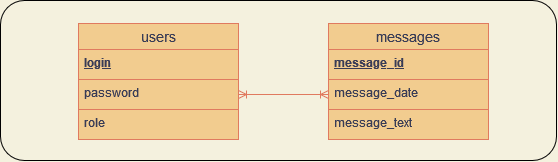
Above: writer-reader-db.drawio.png in RazumeetsyaDanila/writer-reader-app (draw.io), before the change. Source tidied: cells renumbered, new cells last; positions are measured from the earlier drawing's top-left corner, leaving out a move shared by most shapes.
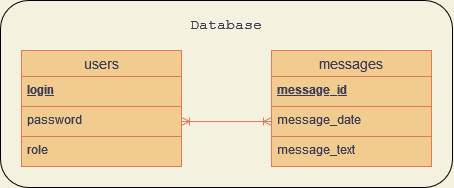
Above is the later version.

Diff of the diagram source:
```diff
@@ -30,7 +30,10 @@
       <mxGeometry relative="1" as="geometry" />
     </mxCell>
     <mxCell id="11" style="rounded=1;whiteSpace=wrap;html=1;sketch=0;fillColor=none;" parent="1" vertex="1">
-      <mxGeometry width="556" height="160" as="geometry" />
+      <mxGeometry x="57" y="-27" width="452" height="187" as="geometry" />
     </mxCell>
+    <mxCell id="12" value="&lt;font style=&quot;font-size: 15px&quot; face=&quot;Courier New&quot;&gt;Database&lt;/font&gt;" style="text;html=1;strokeColor=none;fillColor=none;align=center;verticalAlign=middle;whiteSpace=wrap;rounded=0;sketch=0;fontColor=#393C56;" parent="1" vertex="1">
+      <mxGeometry x="220" y="-27" width="126" height="50" as="geometry" />
+    </mxCell>
   </root>
 </mxGraphModel>
```
